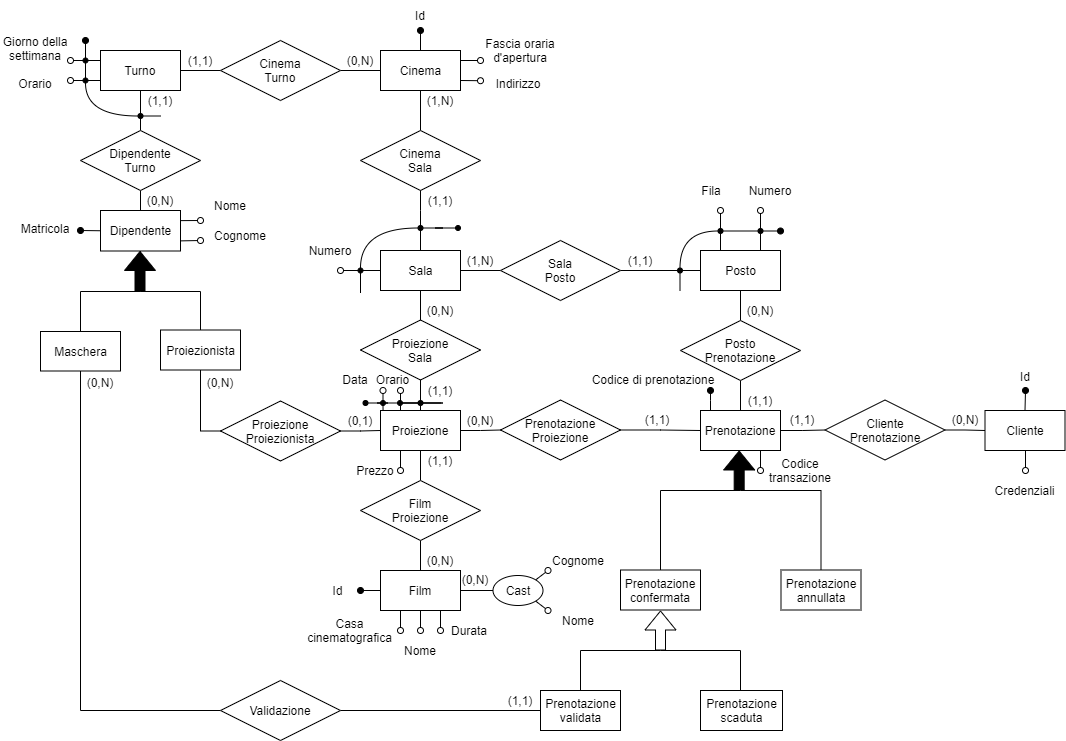
This is docs/media/er_diagrams/final-integration.png from buracchi/cinema-management-system, a draw.io export, as it was before one commit. Source tidied: cells renumbered, new cells last; positions are measured from the earlier drawing's top-left corner, leaving out a move shared by most shapes.
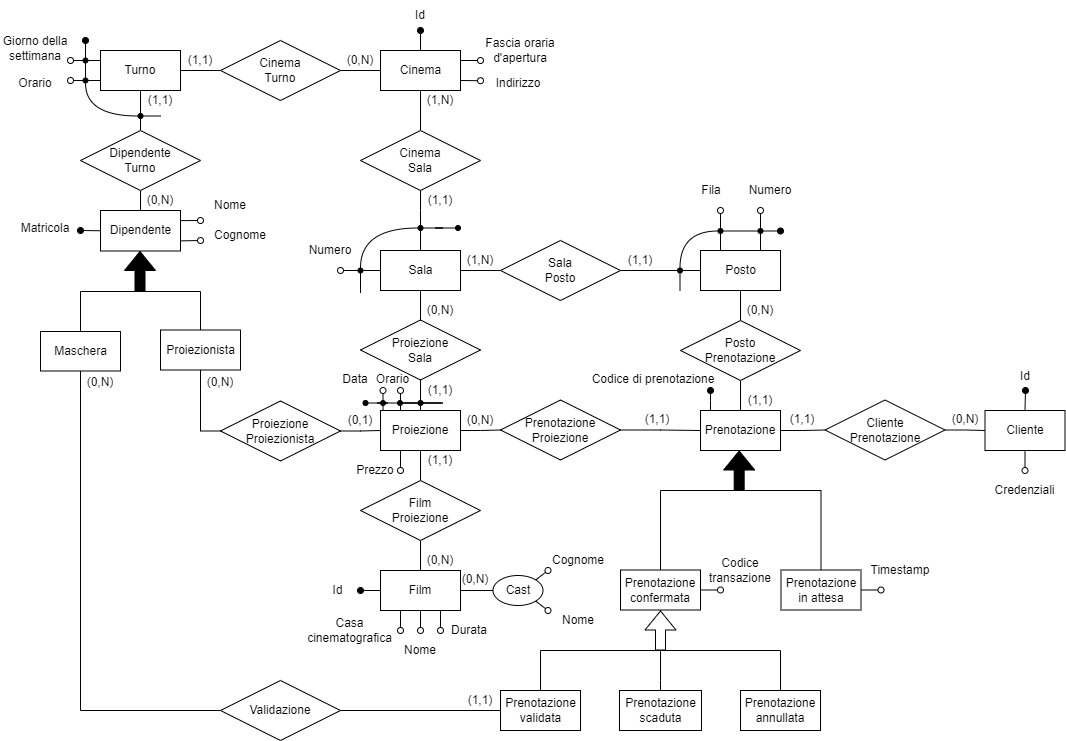
After the change.

The edit, as a diff of the source:
```diff
@@ -122,9 +122,9 @@
     <mxCell id="32" style="edgeStyle=orthogonalEdgeStyle;curved=1;rounded=0;jettySize=auto;html=1;entryX=0.5;entryY=1;entryDx=0;entryDy=0;endArrow=none;endFill=0;" parent="1" edge="1" source="35" target="108">
       <mxGeometry relative="1" as="geometry" />
     </mxCell>
-    <mxCell id="33" style="edgeStyle=orthogonalEdgeStyle;curved=1;rounded=0;jettySize=auto;html=1;endArrow=oval;endFill=0;exitX=0.75;exitY=1;exitDx=0;exitDy=0;" parent="1" edge="1" source="35">
+    <mxCell id="33" style="edgeStyle=orthogonalEdgeStyle;rounded=0;jettySize=auto;html=1;endArrow=oval;endFill=0;exitX=1;exitY=0.5;exitDx=0;exitDy=0;" parent="1" edge="1" source="110">
       <mxGeometry relative="1" as="geometry">
-        <mxPoint x="760" y="470" as="targetPoint" />
+        <mxPoint x="720" y="590" as="targetPoint" />
       </mxGeometry>
     </mxCell>
     <mxCell id="34" style="edgeStyle=orthogonalEdgeStyle;rounded=0;jettySize=auto;html=1;entryX=0;entryY=0.5;entryDx=0;entryDy=0;endArrow=none;endFill=0;" parent="1" edge="1" source="35" target="163">
@@ -306,25 +306,20 @@
       <mxGeometry x="677" y="267.5" width="5" height="5" as="geometry" />
     </mxCell>
     <mxCell id="80" value="Prenotazione&lt;br&gt;validata" style="html=1;sketch=0;" parent="1" vertex="1">
-      <mxGeometry x="540" y="690" width="80" height="40" as="geometry" />
+      <mxGeometry x="500" y="690" width="80" height="40" as="geometry" />
     </mxCell>
     <mxCell id="81" style="edgeStyle=orthogonalEdgeStyle;rounded=0;jettySize=auto;html=1;endArrow=none;endFill=0;" parent="1" edge="1" source="82">
       <mxGeometry relative="1" as="geometry">
         <mxPoint x="660" y="650" as="targetPoint" />
         <Array as="points">
-          <mxPoint x="740" y="650" />
+          <mxPoint x="660" y="680" />
+          <mxPoint x="660" y="680" />
         </Array>
       </mxGeometry>
     </mxCell>
     <mxCell id="82" value="Prenotazione&lt;br&gt;scaduta" style="html=1;sketch=0;" parent="1" vertex="1">
-      <mxGeometry x="700" y="690" width="82" height="40" as="geometry" />
+      <mxGeometry x="619" y="690" width="82" height="40" as="geometry" />
     </mxCell>
-    <mxCell id="83" style="shape=flexArrow;endArrow=classic;html=1;fillColor=#FFFFFF;sketch=0;" parent="1" edge="1">
-      <mxGeometry relative="1" as="geometry">
-        <mxPoint x="660" y="650" as="sourcePoint" />
-        <mxPoint x="660" y="610" as="targetPoint" />
-      </mxGeometry>
-    </mxCell>
     <mxCell id="84" value="(1,1)" style="text;html=1;strokeColor=none;fillColor=none;align=center;verticalAlign=middle;whiteSpace=wrap;sketch=0;" parent="1" vertex="1">
       <mxGeometry x="420" y="450" width="40" height="20" as="geometry" />
     </mxCell>
@@ -356,7 +351,7 @@
       <mxGeometry x="200" y="372" width="40" height="20" as="geometry" />
     </mxCell>
     <mxCell id="94" value="(1,1)" style="text;html=1;strokeColor=none;fillColor=none;align=center;verticalAlign=middle;whiteSpace=wrap;sketch=0;" parent="1" vertex="1">
-      <mxGeometry x="500" y="690" width="40" height="20" as="geometry" />
+      <mxGeometry x="460" y="690" width="40" height="20" as="geometry" />
     </mxCell>
     <mxCell id="95" value="(1,1)" style="text;html=1;strokeColor=none;fillColor=none;align=center;verticalAlign=middle;whiteSpace=wrap;sketch=0;" parent="1" vertex="1">
       <mxGeometry x="180" y="50" width="40" height="20" as="geometry" />
@@ -421,7 +416,12 @@
         </Array>
       </mxGeometry>
     </mxCell>
+    <mxCell id="168" style="edgeStyle=orthogonalEdgeStyle;rounded=0;jettySize=auto;html=1;endArrow=oval;endFill=0;" parent="1" edge="1" source="112">
+      <mxGeometry relative="1" as="geometry">
+        <mxPoint x="881" y="590" as="targetPoint" />
+      </mxGeometry>
+    </mxCell>
-    <mxCell id="112" value="Prenotazione&lt;br&gt;annullata" style="whiteSpace=wrap;html=1;sketch=0;" parent="1" vertex="1">
+    <mxCell id="112" value="Prenotazione&lt;br&gt;in attesa" style="whiteSpace=wrap;html=1;sketch=0;" parent="1" vertex="1">
       <mxGeometry x="780.5" y="569.5" width="80" height="40" as="geometry" />
     </mxCell>
     <mxCell id="113" style="shape=flexArrow;endArrow=classic;html=1;fillColor=#000000;sketch=0;" parent="1" edge="1">
@@ -434,7 +434,7 @@
       <mxGeometry relative="1" as="geometry">
         <mxPoint x="660" y="650" as="targetPoint" />
         <Array as="points">
-          <mxPoint x="580" y="650" />
+          <mxPoint x="540" y="650" />
         </Array>
       </mxGeometry>
     </mxCell>
@@ -582,7 +582,7 @@
       <mxGeometry relative="1" as="geometry" />
     </mxCell>
     <mxCell id="155" value="Codice transazione" style="text;html=1;strokeColor=none;fillColor=none;align=center;verticalAlign=middle;whiteSpace=wrap;sketch=0;" parent="1" vertex="1">
-      <mxGeometry x="770" y="459.5" width="60" height="20" as="geometry" />
+      <mxGeometry x="710" y="559.5" width="60" height="20" as="geometry" />
     </mxCell>
     <mxCell id="156" style="edgeStyle=none;rounded=0;jettySize=auto;html=1;endArrow=oval;endFill=1;" parent="1" edge="1" source="157">
       <mxGeometry relative="1" as="geometry">
@@ -629,5 +629,25 @@
     <mxCell id="167" value="Credenziali" style="text;html=1;strokeColor=none;fillColor=none;align=center;verticalAlign=middle;whiteSpace=wrap;sketch=0;" parent="1" vertex="1">
       <mxGeometry x="989" y="479.5" width="71" height="20" as="geometry" />
     </mxCell>
+    <mxCell id="169" style="edgeStyle=orthogonalEdgeStyle;rounded=0;jettySize=auto;html=1;entryX=0.5;entryY=1;entryDx=0;entryDy=0;endArrow=none;endFill=0;" parent="1" edge="1" source="170" target="110">
+      <mxGeometry relative="1" as="geometry">
+        <Array as="points">
+          <mxPoint x="780" y="650" />
+          <mxPoint x="660" y="650" />
+        </Array>
+      </mxGeometry>
+    </mxCell>
+    <mxCell id="170" value="Prenotazione&lt;br&gt;annullata" style="whiteSpace=wrap;html=1;sketch=0;" parent="1" vertex="1">
+      <mxGeometry x="740" y="690" width="80" height="40" as="geometry" />
+    </mxCell>
+    <mxCell id="83" style="shape=flexArrow;endArrow=classic;html=1;fillColor=#FFFFFF;sketch=0;" parent="1" edge="1">
+      <mxGeometry relative="1" as="geometry">
+        <mxPoint x="660" y="650" as="sourcePoint" />
+        <mxPoint x="660" y="610" as="targetPoint" />
+      </mxGeometry>
+    </mxCell>
+    <mxCell id="171" value="Timestamp" style="text;html=1;strokeColor=none;fillColor=none;align=center;verticalAlign=middle;whiteSpace=wrap;sketch=0;" parent="1" vertex="1">
+      <mxGeometry x="870" y="559.5" width="60" height="20" as="geometry" />
+    </mxCell>
   </root>
 </mxGraphModel>
```
